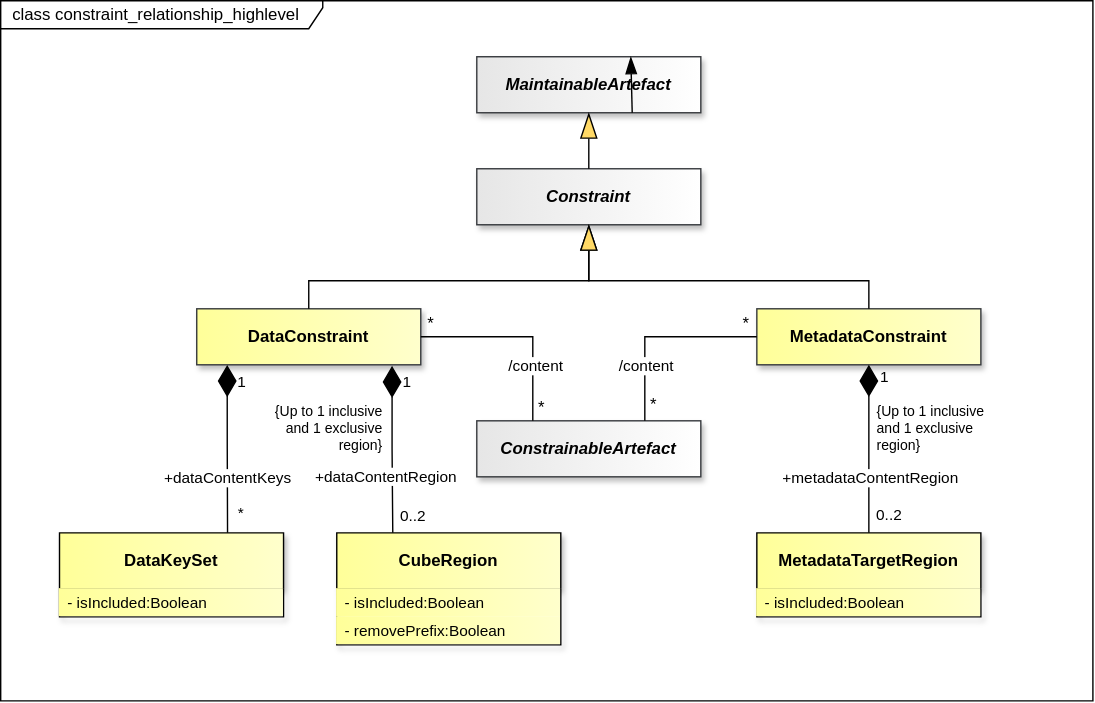
sdmx-twg/sdmx-im keeps this draw.io diagram as docs/information_model/media/sdmx_registry-constraint_relationship_high_level.svg. Above is the earlier version. Source tidied: cells renumbered, new cells last; positions are measured from the earlier drawing's top-left corner, leaving out a move shared by most shapes.
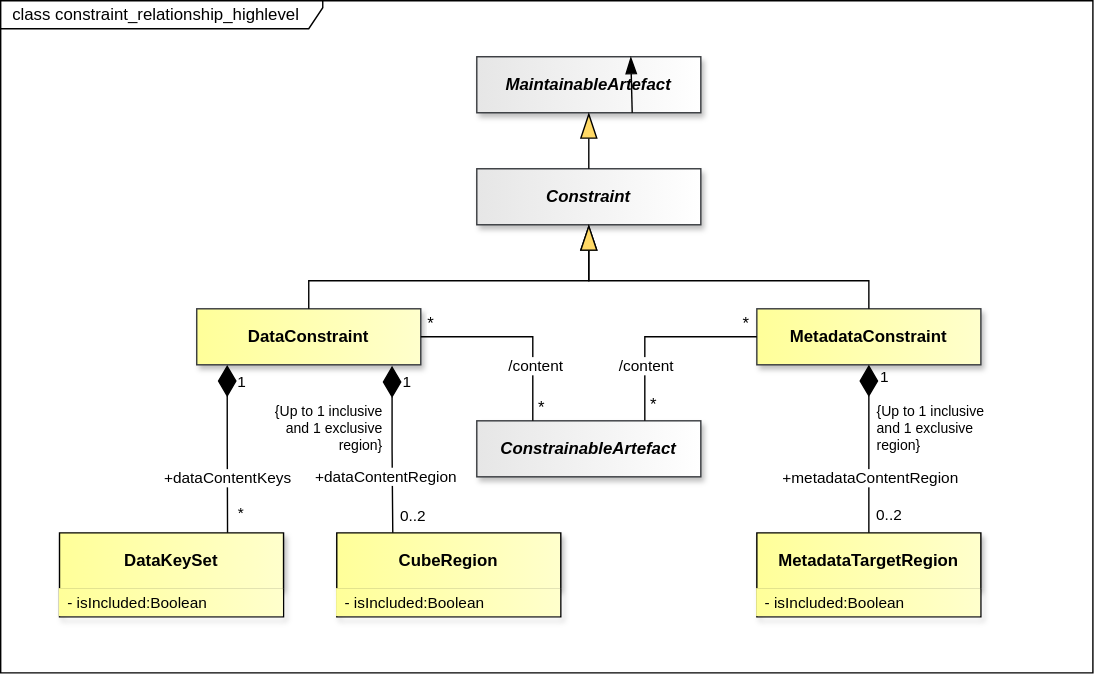
The same diagram one commit later.

Change to the diagram source:
```diff
@@ -3,7 +3,7 @@
     <mxCell id="0" />
     <mxCell id="1" parent="0" />
     <mxCell id="2" value="&amp;nbsp; class constraint_relationship_highlevel" style="shape=umlFrame;whiteSpace=wrap;html=1;fillColor=light-dark(#FFFFFF,#121212);swimlaneFillColor=light-dark(#FFFFFF,#121212);width=230;height=20;align=left;" parent="1" vertex="1">
-      <mxGeometry width="780" height="500" as="geometry" />
+      <mxGeometry width="780" height="480" as="geometry" />
     </mxCell>
     <mxCell id="3" style="endArrow=none;" parent="1" edge="1">
       <mxGeometry relative="1" as="geometry" />
@@ -190,14 +190,11 @@
       </mxGeometry>
     </mxCell>
     <mxCell id="60" value="CubeRegion" style="swimlane;fontStyle=1;align=center;verticalAlign=middle;horizontal=1;startSize=40;whiteSpace=wrap;html=1;fillColor=light-dark(#FFFF99,#FFFF99);strokeColor=light-dark(#000000,#000000);gradientDirection=east;swimlaneLine=1;fontColor=light-dark(#000000,#000000);labelBackgroundColor=none;textShadow=0;gradientColor=light-dark(#FFFFCC,#FFFFCC);shadow=1;" parent="1" vertex="1">
-      <mxGeometry x="240" y="380" width="160" height="80" as="geometry" />
+      <mxGeometry x="240" y="380" width="160" height="60" as="geometry" />
     </mxCell>
     <mxCell id="61" value="- isIncluded:Boolean" style="text;strokeColor=none;fillColor=light-dark(#FFFF99,#FFFF99);align=left;verticalAlign=middle;spacingLeft=4;spacingRight=4;overflow=hidden;whiteSpace=wrap;html=1;fontFamily=Helvetica;fontSize=11;fontColor=light-dark(#000000,#000000);gradientColor=light-dark(#FFFFCC,#FFFFCC);gradientDirection=east;" parent="60" vertex="1">
       <mxGeometry y="40" width="160" height="20" as="geometry" />
     </mxCell>
-    <mxCell id="62" value="- removePrefix:Boolean" style="text;strokeColor=none;fillColor=light-dark(#FFFF99,#FFFF99);align=left;verticalAlign=middle;spacingLeft=4;spacingRight=4;overflow=hidden;whiteSpace=wrap;html=1;fontFamily=Helvetica;fontSize=11;fontColor=light-dark(#000000,#000000);gradientColor=light-dark(#FFFFCC,#FFFFCC);gradientDirection=east;" parent="60" vertex="1">
-      <mxGeometry y="60" width="160" height="20" as="geometry" />
-    </mxCell>
     <mxCell id="63" value="DataKeySet" style="swimlane;fontStyle=1;align=center;verticalAlign=middle;horizontal=1;startSize=40;whiteSpace=wrap;html=1;fillColor=light-dark(#FFFF99,#FFFF99);strokeColor=light-dark(#000000,#000000);gradientDirection=east;swimlaneLine=1;fontColor=light-dark(#000000,#000000);labelBackgroundColor=none;textShadow=0;gradientColor=light-dark(#FFFFCC,#FFFFCC);shadow=1;" parent="1" vertex="1">
       <mxGeometry x="42" y="380" width="160" height="60" as="geometry" />
     </mxCell>
```
